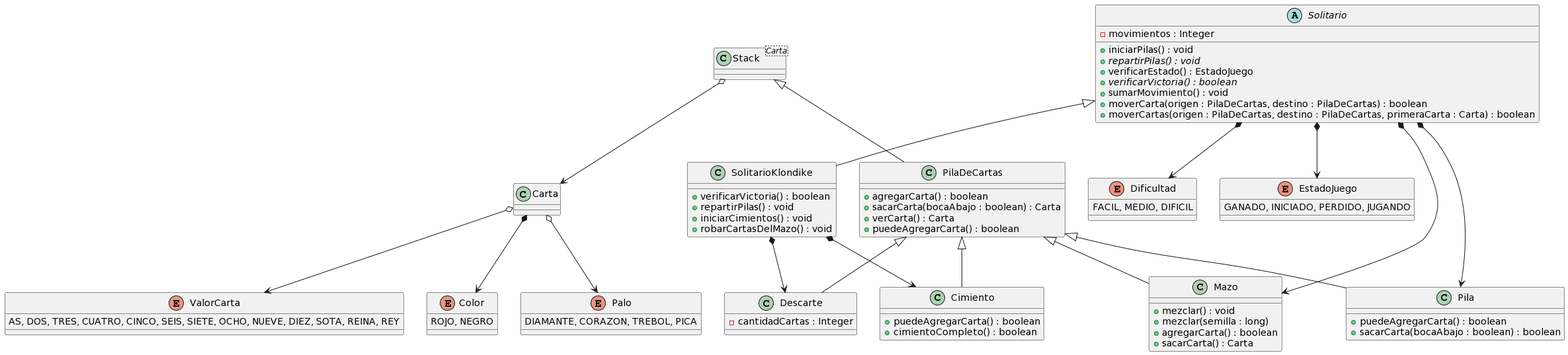
The PlantUML diagram doc/Diagrama de clases.png in PabloPei/Solitario-Klondike-Freecell, before a commit. Source of this version:
```plantuml
@startuml
class Stack<Carta>{}
class Carta{}
class PilaDeCartas{
  +agregarCarta() : boolean
  +sacarCarta(bocaAbajo : boolean) : Carta
  +verCarta() : Carta
  +puedeAgregarCarta() : boolean
}
enum Color{
  ROJO, NEGRO
}
enum Palo{
  DIAMANTE, CORAZON, TREBOL, PICA
}
enum ValorCarta{
  AS, DOS, TRES, CUATRO, CINCO, SEIS, SIETE, OCHO, NUEVE, DIEZ, SOTA, REINA, REY
}

enum EstadoJuego{
  GANADO, INICIADO, PERDIDO, JUGANDO
}

enum Dificultad{
  FACIL, MEDIO, DIFICIL
}

abstract class Solitario{
  -movimientos : Integer
  +iniciarPilas() : void
  +repartirPilas() : {abstract} void
  +verificarEstado() : EstadoJuego
  +verificarVictoria() : {abstract} boolean
  +sumarMovimiento() : void
  +moverCarta(origen : PilaDeCartas, destino : PilaDeCartas) : boolean
  +moverCartas(origen : PilaDeCartas, destino : PilaDeCartas, primeraCarta : Carta) : boolean
}

class Cimiento{
  +puedeAgregarCarta() : boolean
  +cimientoCompleto() : boolean
}

class Descarte{
  - cantidadCartas : Integer
}

class Mazo{
  +mezclar() : void
  +mezclar(semilla : long)
  +agregarCarta() : boolean
  +sacarCarta() : Carta
}

class Pila{
  +puedeAgregarCarta() : boolean
  +sacarCarta(bocaAbajo : boolean) : boolean
}


class SolitarioKlondike{
  +verificarVictoria() : boolean
  +repartirPilas() : void
  +iniciarCimientos() : void
  +robarCartasDelMazo() : void
}


Stack o--> Carta
Stack <|-- PilaDeCartas
PilaDeCartas <|-- Mazo
PilaDeCartas <|-- Pila
PilaDeCartas <|-- Cimiento
PilaDeCartas <|-- Descarte
Solitario <|-- SolitarioKlondike
Carta o--> Palo
Carta *--> Color
Carta o--> ValorCarta
Solitario *--> Mazo
Solitario *--> Pila
Solitario *--> Dificultad
Solitario *--> EstadoJuego
SolitarioKlondike *--> Cimiento
SolitarioKlondike *--> Descarte
@enduml
```
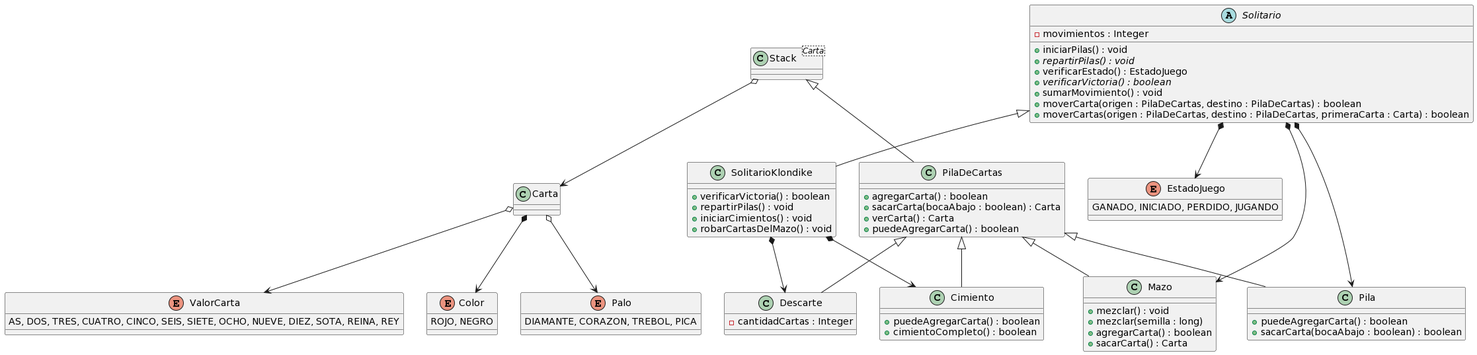
Later version of the same file.

The edit, as a diff of the source:
```diff
@@ -19,10 +19,6 @@
 
 enum EstadoJuego{
   GANADO, INICIADO, PERDIDO, JUGANDO
-}
-
-enum Dificultad{
-  FACIL, MEDIO, DIFICIL
 }
 
 abstract class Solitario{
@@ -78,7 +74,6 @@
 Carta o--> ValorCarta
 Solitario *--> Mazo
 Solitario *--> Pila
-Solitario *--> Dificultad
 Solitario *--> EstadoJuego
 SolitarioKlondike *--> Cimiento
 SolitarioKlondike *--> Descarte
```
